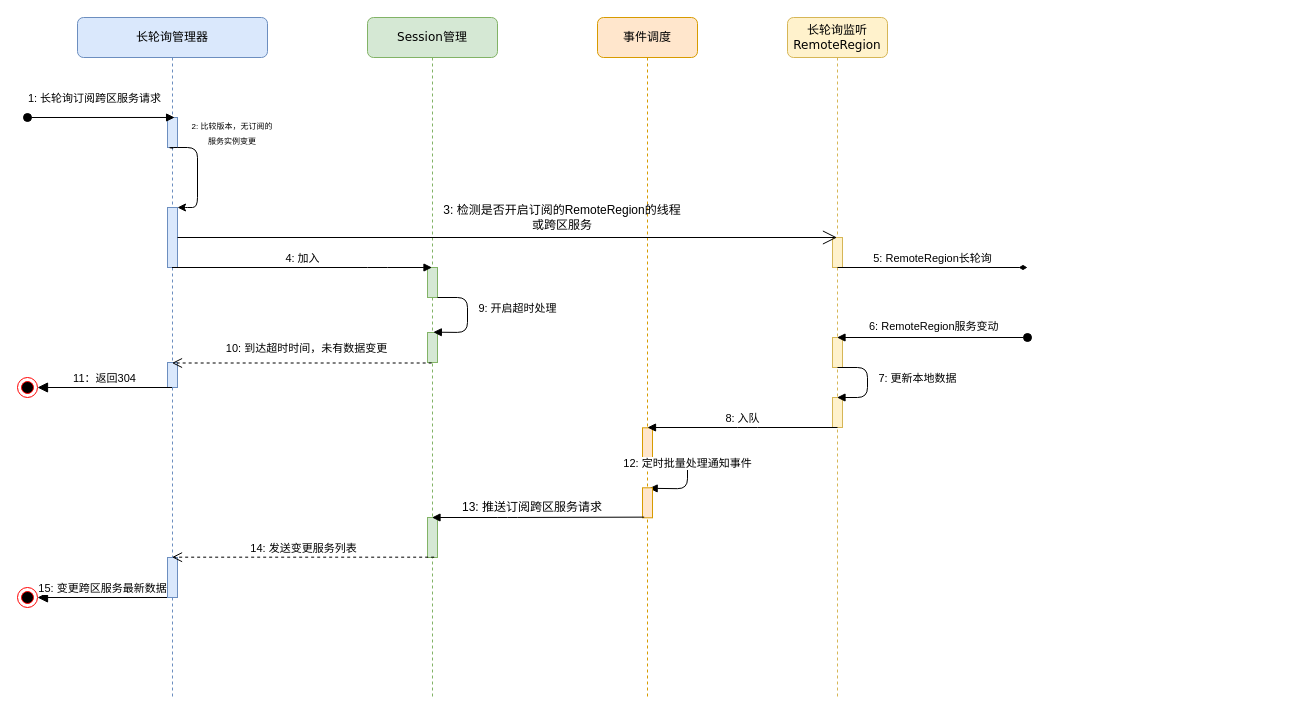
Gred01/study keeps this draw.io diagram as 长轮询-期间发生变更.drawio. Above is the earlier version. Source tidied: cells renumbered, new cells numbered last; positions are measured from the earlier drawing's top-left corner, leaving out a move shared by most shapes. Both pictures are drawn from the tidied source at 100%, with x=0, y=0 at pixel (17, 17).
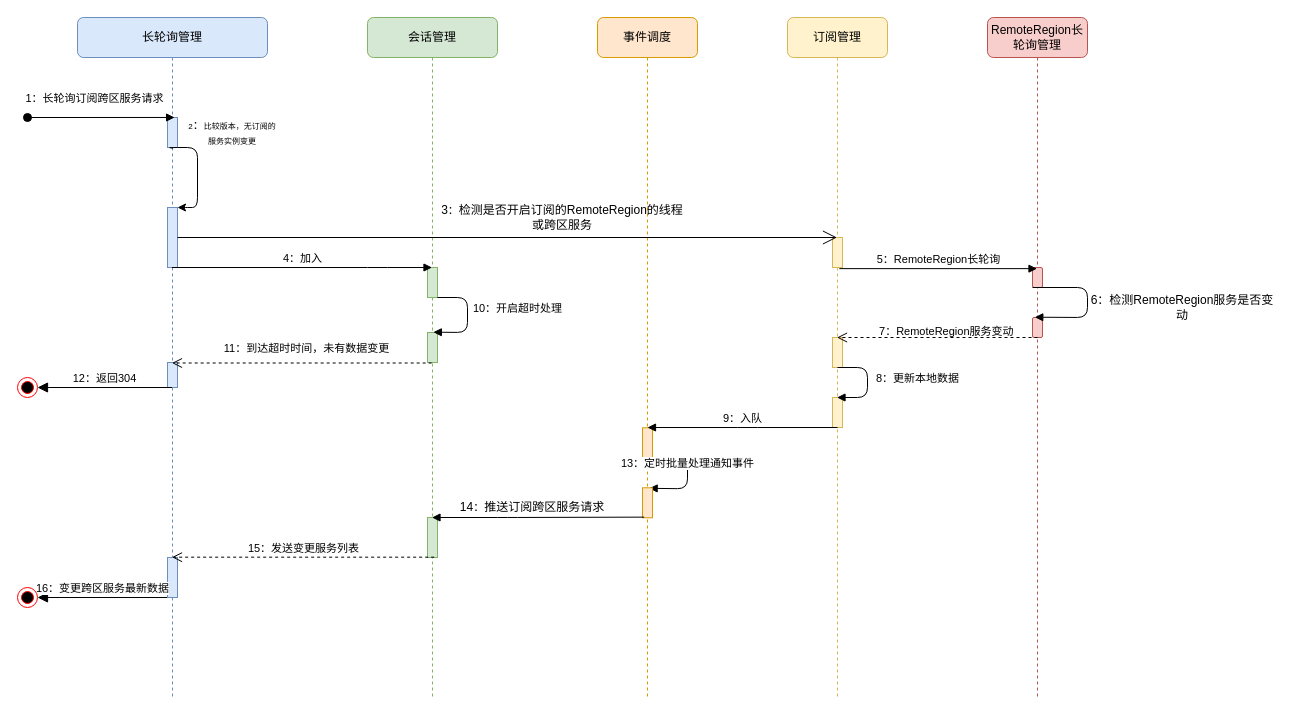
Above is the later version.

Commit message:
Update 长轮询-期间发生变更.drawio

The change refers to these unchanged cells:
```xml
<mxCell id="4" style="html=1;points=[];perimeter=orthogonalPerimeter;fillColor=#d5e8d4;strokeColor=#82b366;sketch=0;" parent="2" vertex="1">
  <mxGeometry x="60" y="315" width="10" height="30" as="geometry" />
</mxCell>
<mxCell id="5" style="html=1;points=[];perimeter=orthogonalPerimeter;fillColor=#d5e8d4;strokeColor=#82b366;sketch=0;" parent="2" vertex="1">
  <mxGeometry x="60" y="500" width="10" height="40" as="geometry" />
</mxCell>
<mxCell id="7" value="事件调度" style="shape=umlLifeline;perimeter=lifelinePerimeter;whiteSpace=wrap;html=1;rounded=1;shadow=0;comic=0;labelBackgroundColor=none;strokeWidth=1;fontFamily=Verdana;fontSize=12;align=center;fillColor=#ffe6cc;strokeColor=#d79b00;sketch=0;" parent="1" vertex="1">
  <mxGeometry x="580" width="100" height="680" as="geometry" />
</mxCell>
<mxCell id="10" style="html=1;points=[];perimeter=orthogonalPerimeter;fillColor=#ffe6cc;strokeColor=#d79b00;sketch=0;" parent="7" vertex="1">
  <mxGeometry x="45" y="470.3" width="10" height="30" as="geometry" />
</mxCell>
<mxCell id="12" style="html=1;points=[];perimeter=orthogonalPerimeter;fillColor=#fff2cc;strokeColor=#d6b656;sketch=0;" parent="11" vertex="1">
  <mxGeometry x="45" y="220" width="10" height="30" as="geometry" />
</mxCell>
<mxCell id="18" style="html=1;points=[];perimeter=orthogonalPerimeter;rounded=0;shadow=0;comic=0;labelBackgroundColor=none;strokeWidth=1;fontFamily=Verdana;fontSize=12;align=center;fillColor=#dae8fc;strokeColor=#6c8ebf;sketch=0;" parent="17" vertex="1">
  <mxGeometry x="90" y="100" width="10" height="30" as="geometry" />
</mxCell>
```

Change to the diagram source:
```diff
@@
-    <mxCell id="2" value="Session管理" style="shape=umlLifeline;perimeter=lifelinePerimeter;whiteSpace=wrap;html=1;outlineConnect=0;rounded=1;shadow=0;comic=0;labelBackgroundColor=none;strokeWidth=1;fontFamily=Verdana;fontSize=12;align=center;fillColor=#d5e8d4;strokeColor=#82b366;sketch=0;" parent="1" vertex="1">
+    <mxCell id="2" value="会话管理" style="shape=umlLifeline;perimeter=lifelinePerimeter;whiteSpace=wrap;html=1;outlineConnect=0;rounded=1;shadow=0;comic=0;labelBackgroundColor=none;strokeWidth=1;fontFamily=Verdana;fontSize=12;align=center;fillColor=#d5e8d4;strokeColor=#82b366;sketch=0;" parent="1" vertex="1">
       <mxGeometry x="350" width="130" height="680" as="geometry" />
     </mxCell>
@@
-    <mxCell id="6" value="9: 开启超时处理" style="html=1;verticalAlign=bottom;endArrow=block;entryX=0.583;entryY=-0.011;entryDx=0;entryDy=0;entryPerimeter=0;sketch=0;" parent="2" edge="1" target="4">
+    <mxCell id="6" value="10：开启超时处理" style="html=1;verticalAlign=bottom;endArrow=block;entryX=0.583;entryY=-0.011;entryDx=0;entryDy=0;entryPerimeter=0;sketch=0;" parent="2" edge="1" target="4">
       <mxGeometry x="0.31" y="-52" relative="1" as="geometry">
         <mxPoint x="70" y="280" as="sourcePoint" />
         <Array as="points">
           <mxPoint x="100" y="280" />
           <mxPoint x="100" y="315" />
         </Array>
         <mxPoint x="49" y="37" as="offset" />
       </mxGeometry>
     </mxCell>
@@
-    <mxCell id="9" value="12: 定时批量处理通知事件" style="html=1;verticalAlign=bottom;endArrow=block;entryX=0.667;entryY=0.017;entryDx=0;entryDy=0;entryPerimeter=0;sketch=0;" parent="7" edge="1" target="10">
+    <mxCell id="9" value="13：定时批量处理通知事件" style="html=1;verticalAlign=bottom;endArrow=block;entryX=0.667;entryY=0.017;entryDx=0;entryDy=0;entryPerimeter=0;sketch=0;" parent="7" edge="1" target="10">
       <mxGeometry relative="1" as="geometry">
         <mxPoint x="50" y="440.3" as="sourcePoint" />
         <Array as="points">
           <mxPoint x="90" y="440.3" />
           <mxPoint x="90" y="471.3" />
         </Array>
       </mxGeometry>
     </mxCell>
@@
-    <mxCell id="11" value="长轮询监听RemoteRegion" style="shape=umlLifeline;perimeter=lifelinePerimeter;whiteSpace=wrap;html=1;outlineConnect=0;rounded=1;shadow=0;comic=0;labelBackgroundColor=none;strokeWidth=1;fontFamily=Verdana;fontSize=12;align=center;fillColor=#fff2cc;strokeColor=#d6b656;sketch=0;" parent="1" vertex="1">
+    <mxCell id="11" value="订阅管理" style="shape=umlLifeline;perimeter=lifelinePerimeter;whiteSpace=wrap;html=1;outlineConnect=0;rounded=1;shadow=0;comic=0;labelBackgroundColor=none;strokeWidth=1;fontFamily=Verdana;fontSize=12;align=center;fillColor=#fff2cc;strokeColor=#d6b656;sketch=0;" parent="1" vertex="1">
       <mxGeometry x="770" width="100" height="680" as="geometry" />
     </mxCell>
@@
-    <mxCell id="13" value="5: RemoteRegion长轮询" style="html=1;verticalAlign=bottom;endArrow=diamondThin;startArrow=none;startFill=0;endFill=1;sketch=0;" parent="11" edge="1">
-      <mxGeometry relative="1" as="geometry">
-        <mxPoint x="50" y="250" as="sourcePoint" />
-        <mxPoint x="240" y="250" as="targetPoint" />
-      </mxGeometry>
-    </mxCell>
@@
-    <mxCell id="16" value="7: 更新本地数据" style="html=1;verticalAlign=bottom;endArrow=block;sketch=0;" parent="11" edge="1" target="11">
+    <mxCell id="16" value="8：更新本地数据" style="html=1;verticalAlign=bottom;endArrow=block;sketch=0;" parent="11" edge="1" target="11">
       <mxGeometry x="0.33" y="-51" relative="1" as="geometry">
         <mxPoint x="50" y="350" as="sourcePoint" />
         <Array as="points">
           <mxPoint x="80" y="350" />
           <mxPoint x="80" y="380" />
         </Array>
         <mxPoint x="50" y="41" as="offset" />
       </mxGeometry>
     </mxCell>
-    <mxCell id="17" value="长轮询管理器" style="shape=umlLifeline;perimeter=lifelinePerimeter;whiteSpace=wrap;html=1;outlineConnect=0;rounded=1;shadow=0;comic=0;labelBackgroundColor=none;strokeWidth=1;fontFamily=Verdana;fontSize=12;align=center;fillColor=#dae8fc;strokeColor=#6c8ebf;sketch=0;" parent="1" vertex="1">
+    <mxCell id="17" value="长轮询管理" style="shape=umlLifeline;perimeter=lifelinePerimeter;whiteSpace=wrap;html=1;outlineConnect=0;rounded=1;shadow=0;comic=0;labelBackgroundColor=none;strokeWidth=1;fontFamily=Verdana;fontSize=12;align=center;fillColor=#dae8fc;strokeColor=#6c8ebf;sketch=0;" parent="1" vertex="1">
       <mxGeometry x="60" width="190" height="680" as="geometry" />
     </mxCell>
@@
-    <mxCell id="19" value="&lt;font style=&quot;font-size: 8px&quot;&gt;2: 比较版本，无订阅的服务实例变更&lt;/font&gt;" style="text;html=1;strokeColor=none;fillColor=none;align=center;verticalAlign=middle;whiteSpace=wrap;rounded=0;sketch=0;" parent="17" vertex="1">
+    <mxCell id="19" value="&lt;font style=&quot;font-size: 8px&quot;&gt;2&lt;span style=&quot;font-size: 11px ; background-color: rgb(255 , 255 , 255)&quot;&gt;：&lt;/span&gt;比较版本，无订阅的服务实例变更&lt;/font&gt;" style="text;html=1;strokeColor=none;fillColor=none;align=center;verticalAlign=middle;whiteSpace=wrap;rounded=0;sketch=0;" parent="17" vertex="1">
       <mxGeometry x="110" y="90" width="90" height="50" as="geometry" />
     </mxCell>
@@
-    <mxCell id="25" value="1: 长轮询订阅跨区服务请求" style="html=1;verticalAlign=bottom;startArrow=oval;startFill=1;endArrow=block;startSize=8;entryX=0.71;entryY=-0.001;entryDx=0;entryDy=0;entryPerimeter=0;sketch=0;" parent="1" edge="1" target="18">
+    <mxCell id="25" value="1：长轮询订阅跨区服务请求" style="html=1;verticalAlign=bottom;startArrow=oval;startFill=1;endArrow=block;startSize=8;entryX=0.71;entryY=-0.001;entryDx=0;entryDy=0;entryPerimeter=0;sketch=0;" parent="1" edge="1" target="18">
       <mxGeometry x="-0.09" y="10" relative="1" as="geometry">
         <mxPoint x="10" y="100" as="sourcePoint" />
       </mxGeometry>
     </mxCell>
-    <mxCell id="26" value="11：返回304" style="html=1;verticalAlign=bottom;startArrow=block;startFill=1;endArrow=none;startSize=8;endFill=0;sketch=0;" parent="1" edge="1" target="17">
+    <mxCell id="26" value="12：返回304" style="html=1;verticalAlign=bottom;startArrow=block;startFill=1;endArrow=none;startSize=8;endFill=0;sketch=0;" parent="1" edge="1" target="17">
       <mxGeometry relative="1" as="geometry">
         <mxPoint x="20" y="370" as="sourcePoint" />
       </mxGeometry>
     </mxCell>
@@
-    <mxCell id="28" value="4: 加入" style="html=1;verticalAlign=bottom;endArrow=block;sketch=0;" parent="1" edge="1" source="17" target="2">
+    <mxCell id="28" value="4：加入" style="html=1;verticalAlign=bottom;endArrow=block;sketch=0;" parent="1" edge="1" source="17" target="2">
       <mxGeometry relative="1" as="geometry">
         <Array as="points">
           <mxPoint x="360" y="250" />
         </Array>
       </mxGeometry>
     </mxCell>
-    <mxCell id="29" value="3: 检测是否开启订阅的RemoteRegion的线程或跨区服务" style="text;html=1;strokeColor=none;fillColor=none;align=center;verticalAlign=middle;whiteSpace=wrap;rounded=0;sketch=0;" parent="1" vertex="1">
+    <mxCell id="29" value="3&lt;span style=&quot;font-size: 11px ; background-color: rgb(255 , 255 , 255)&quot;&gt;：&lt;/span&gt;检测是否开启订阅的RemoteRegion的线程或跨区服务" style="text;html=1;strokeColor=none;fillColor=none;align=center;verticalAlign=middle;whiteSpace=wrap;rounded=0;sketch=0;" parent="1" vertex="1">
       <mxGeometry x="420" y="190" width="250" height="20" as="geometry" />
     </mxCell>
-    <mxCell id="30" style="html=1;verticalAlign=bottom;startArrow=oval;startFill=1;endArrow=block;startSize=8;sketch=0;" parent="1" edge="1" target="11">
-      <mxGeometry x="-0.09" y="10" relative="1" as="geometry">
-        <mxPoint x="1010" y="320" as="sourcePoint" />
-      </mxGeometry>
-    </mxCell>
-    <mxCell id="31" value="&lt;span style=&quot;color: rgb(0 , 0 , 0) ; font-family: &amp;#34;helvetica&amp;#34; ; font-size: 11px ; font-style: normal ; font-weight: 400 ; letter-spacing: normal ; text-align: center ; text-indent: 0px ; text-transform: none ; word-spacing: 0px ; background-color: rgb(255 , 255 , 255) ; display: inline ; float: none&quot;&gt;6: RemoteRegion服务变动&lt;/span&gt;" style="text;whiteSpace=wrap;html=1;sketch=0;" parent="1" vertex="1">
-      <mxGeometry x="850" y="295" width="180" height="35" as="geometry" />
+    <mxCell id="31" value="&lt;span style=&quot;color: rgb(0 , 0 , 0) ; font-family: &amp;#34;helvetica&amp;#34; ; font-size: 11px ; font-style: normal ; font-weight: 400 ; letter-spacing: normal ; text-align: center ; text-indent: 0px ; text-transform: none ; word-spacing: 0px ; background-color: rgb(255 , 255 , 255) ; display: inline ; float: none&quot;&gt;7&lt;span style=&quot;font-family: &amp;#34;helvetica&amp;#34;&quot;&gt;：&lt;/span&gt;RemoteRegion服务变动&lt;/span&gt;" style="text;whiteSpace=wrap;html=1;sketch=0;" parent="1" vertex="1">
+      <mxGeometry x="860" y="300" width="150" height="20" as="geometry" />
     </mxCell>
-    <mxCell id="32" value="8: 入队" style="html=1;verticalAlign=bottom;endArrow=block;sketch=0;" parent="1" edge="1">
+    <mxCell id="32" value="9：入队" style="html=1;verticalAlign=bottom;endArrow=block;sketch=0;" parent="1" edge="1">
       <mxGeometry relative="1" as="geometry">
         <mxPoint x="820" y="410" as="sourcePoint" />
         <mxPoint x="630" y="410" as="targetPoint" />
         <Array as="points">
           <mxPoint x="730" y="410" />
         </Array>
       </mxGeometry>
     </mxCell>
@@
-    <mxCell id="34" value="13: 推送订阅跨区服务请求" style="text;html=1;strokeColor=none;fillColor=none;align=center;verticalAlign=middle;whiteSpace=wrap;rounded=0;sketch=0;" parent="1" vertex="1">
+    <mxCell id="34" value="14&lt;span style=&quot;font-size: 11px ; background-color: rgb(255 , 255 , 255)&quot;&gt;：&lt;/span&gt;推送订阅跨区服务请求" style="text;html=1;strokeColor=none;fillColor=none;align=center;verticalAlign=middle;whiteSpace=wrap;rounded=0;sketch=0;" parent="1" vertex="1">
       <mxGeometry x="440" y="480" width="150" height="20" as="geometry" />
     </mxCell>
-    <mxCell id="35" value="15: 变更跨区服务最新数据" style="html=1;verticalAlign=bottom;startArrow=block;startFill=1;endArrow=none;startSize=8;endFill=0;sketch=0;" parent="1" edge="1">
+    <mxCell id="35" value="16：变更跨区服务最新数据" style="html=1;verticalAlign=bottom;startArrow=block;startFill=1;endArrow=none;startSize=8;endFill=0;sketch=0;" parent="1" edge="1">
       <mxGeometry relative="1" as="geometry">
         <mxPoint x="20" y="580" as="sourcePoint" />
         <mxPoint x="149.5" y="580" as="targetPoint" />
       </mxGeometry>
     </mxCell>
@@
-    <mxCell id="37" value="14: 发送变更服务列表" style="html=1;verticalAlign=bottom;endArrow=open;dashed=1;endSize=8;exitX=0.667;exitY=0.992;exitDx=0;exitDy=0;exitPerimeter=0;sketch=0;" parent="1" edge="1" source="5" target="17">
+    <mxCell id="37" value="15：发送变更服务列表" style="html=1;verticalAlign=bottom;endArrow=open;dashed=1;endSize=8;exitX=0.667;exitY=0.992;exitDx=0;exitDy=0;exitPerimeter=0;sketch=0;" parent="1" edge="1" source="5" target="17">
       <mxGeometry relative="1" as="geometry" />
     </mxCell>
-    <mxCell id="38" value="10: 到达超时时间，未有数据变更" style="html=1;verticalAlign=bottom;endArrow=open;dashed=1;endSize=8;exitX=0.417;exitY=1.017;exitDx=0;exitDy=0;exitPerimeter=0;sketch=0;" parent="1" edge="1" source="4" target="17">
+    <mxCell id="38" value="11：到达超时时间，未有数据变更" style="html=1;verticalAlign=bottom;endArrow=open;dashed=1;endSize=8;exitX=0.417;exitY=1.017;exitDx=0;exitDy=0;exitPerimeter=0;sketch=0;" parent="1" edge="1" source="4" target="17">
       <mxGeometry x="-0.04" y="-6" relative="1" as="geometry" />
     </mxCell>
+    <mxCell id="39" value="RemoteRegion长轮询管理" style="shape=umlLifeline;perimeter=lifelinePerimeter;whiteSpace=wrap;html=1;outlineConnect=0;rounded=1;fillColor=#f8cecc;strokeColor=#b85450;" parent="1" vertex="1">
+      <mxGeometry x="970" width="100" height="680" as="geometry" />
+    </mxCell>
+    <mxCell id="40" style="html=1;perimeter=orthogonalPerimeter;rounded=1;fillColor=#f8cecc;strokeColor=#b85450;" parent="39" vertex="1">
+      <mxGeometry x="45" y="250" width="10" height="20" as="geometry" />
+    </mxCell>
+    <mxCell id="41" style="html=1;points=[];perimeter=orthogonalPerimeter;rounded=1;fillColor=#f8cecc;strokeColor=#b85450;" parent="39" vertex="1">
+      <mxGeometry x="45" y="300" width="10" height="20" as="geometry" />
+    </mxCell>
+    <mxCell id="42" value="5：RemoteRegion长轮询" style="html=1;verticalAlign=bottom;endArrow=block;exitX=0.686;exitY=1.038;exitDx=0;exitDy=0;exitPerimeter=0;" parent="1" edge="1" source="12" target="39">
+      <mxGeometry relative="1" as="geometry" />
+    </mxCell>
+    <mxCell id="43" style="html=1;verticalAlign=bottom;endArrow=open;dashed=1;endSize=8;" parent="1" edge="1" target="11">
+      <mxGeometry relative="1" as="geometry">
+        <mxPoint x="1020" y="320" as="sourcePoint" />
+      </mxGeometry>
+    </mxCell>
+    <mxCell id="44" style="html=1;verticalAlign=bottom;endArrow=block;entryX=0.229;entryY=-0.014;entryDx=0;entryDy=0;entryPerimeter=0;" parent="1" edge="1" target="41">
+      <mxGeometry relative="1" as="geometry">
+        <mxPoint x="1015" y="270" as="sourcePoint" />
+        <Array as="points">
+          <mxPoint x="1070" y="270" />
+          <mxPoint x="1070" y="300" />
+        </Array>
+      </mxGeometry>
+    </mxCell>
+    <mxCell id="45" value="6：检测RemoteRegion服务是否变动" style="text;html=1;strokeColor=none;fillColor=none;align=center;verticalAlign=middle;whiteSpace=wrap;rounded=0;" parent="1" vertex="1">
+      <mxGeometry x="1070" y="280" width="190" height="20" as="geometry" />
+    </mxCell>
```
